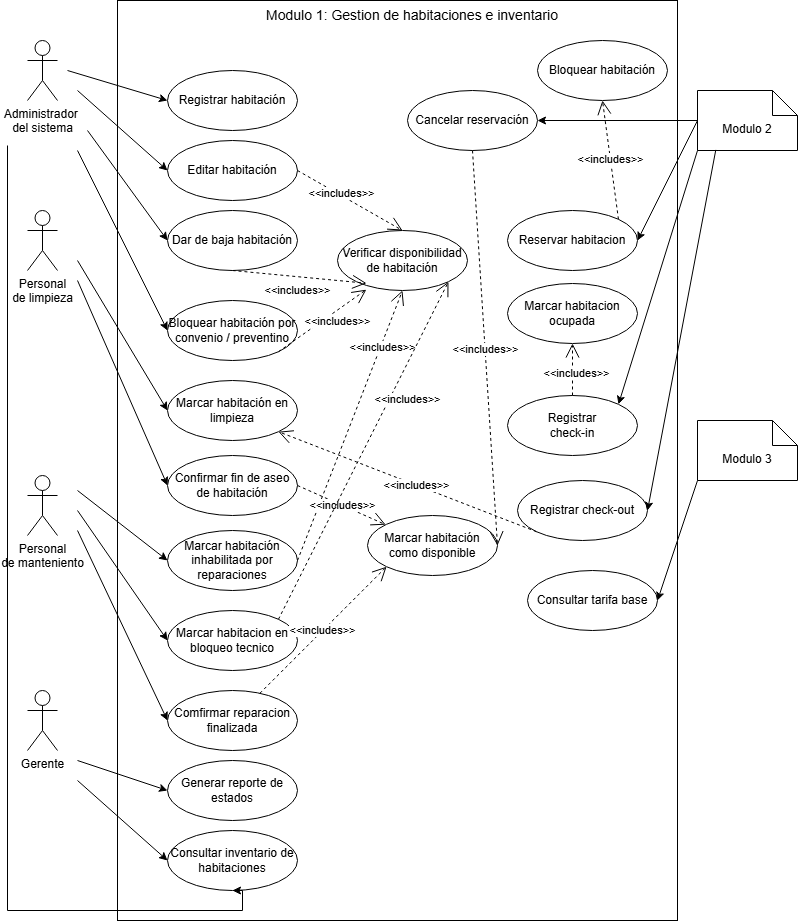
The draw.io diagram documentos/cdu-modulo-1.png in MirianMarriaga/hospitua-module-1, before a commit. Source tidied: cells renumbered, new cells last; positions are measured from the earlier drawing's top-left corner, leaving out a move shared by most shapes.
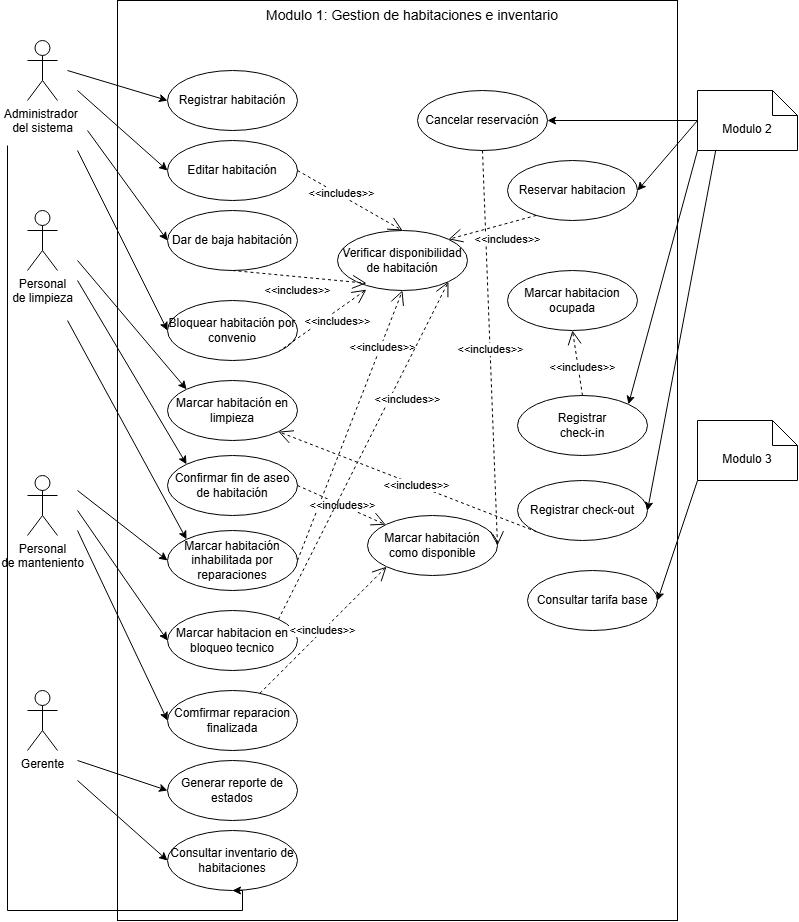
After the change.

Diff of the diagram source:
```diff
@@ -50,7 +50,7 @@
     <mxCell id="15" value="Marcar habitación en limpieza" style="ellipse;whiteSpace=wrap;html=1;" parent="1" vertex="1">
       <mxGeometry x="230" y="380" width="130" height="60" as="geometry" />
     </mxCell>
-    <mxCell id="16" style="endArrow=classic;html=1;rounded=0;endFill=1;entryX=0;entryY=0.5;entryDx=0;entryDy=0;" parent="1" edge="1" target="15">
+    <mxCell id="16" style="endArrow=classic;html=1;rounded=0;endFill=1;entryX=0;entryY=0;entryDx=0;entryDy=0;" parent="1" edge="1" target="15">
       <mxGeometry relative="1" as="geometry">
         <mxPoint x="140" y="260" as="sourcePoint" />
       </mxGeometry>
@@ -61,7 +61,7 @@
     <mxCell id="18" value="Confirmar fin de aseo&lt;div&gt;de habitación&lt;/div&gt;" style="ellipse;whiteSpace=wrap;html=1;" parent="1" vertex="1">
       <mxGeometry x="230" y="455" width="130" height="60" as="geometry" />
     </mxCell>
-    <mxCell id="19" style="endArrow=classic;html=1;rounded=0;endFill=1;entryX=0;entryY=0.5;entryDx=0;entryDy=0;" parent="1" edge="1" target="18">
+    <mxCell id="19" style="endArrow=classic;html=1;rounded=0;endFill=1;entryX=0;entryY=0;entryDx=0;entryDy=0;" parent="1" edge="1" target="18">
       <mxGeometry relative="1" as="geometry">
         <mxPoint x="140" y="280" as="sourcePoint" />
       </mxGeometry>
@@ -75,7 +75,7 @@
       </mxGeometry>
     </mxCell>
     <mxCell id="22" value="Reservar habitacion" style="ellipse;whiteSpace=wrap;html=1;" parent="1" vertex="1">
-      <mxGeometry x="570" y="210" width="130" height="60" as="geometry" />
+      <mxGeometry x="570" y="160" width="130" height="60" as="geometry" />
     </mxCell>
     <mxCell id="23" style="endArrow=classic;html=1;rounded=0;endFill=1;entryX=1;entryY=0.5;entryDx=0;entryDy=0;exitX=0;exitY=0.5;exitDx=0;exitDy=0;exitPerimeter=0;" parent="1" edge="1" source="7" target="22">
       <mxGeometry relative="1" as="geometry" />
@@ -103,7 +103,7 @@
       </mxGeometry>
     </mxCell>
     <mxCell id="30" value="Registrar&lt;div&gt;check-in&lt;/div&gt;" style="ellipse;whiteSpace=wrap;html=1;" parent="1" vertex="1">
-      <mxGeometry x="570" y="395" width="130" height="60" as="geometry" />
+      <mxGeometry x="580" y="395" width="130" height="60" as="geometry" />
     </mxCell>
     <mxCell id="31" value="Registrar check-out" style="ellipse;whiteSpace=wrap;html=1;" parent="1" vertex="1">
       <mxGeometry x="580" y="480" width="130" height="60" as="geometry" />
@@ -138,20 +138,14 @@
     <mxCell id="39" value="Verificar disponibilidad de habitación" style="ellipse;whiteSpace=wrap;html=1;" parent="1" vertex="1">
       <mxGeometry x="400" y="230" width="130" height="60" as="geometry" />
     </mxCell>
-    <mxCell id="40" value="&amp;lt;&amp;lt;includes&amp;gt;&amp;gt;" style="endArrow=open;endSize=12;dashed=1;html=1;rounded=0;entryX=0.5;entryY=1;entryDx=0;entryDy=0;exitX=1;exitY=0;exitDx=0;exitDy=0;" parent="1" edge="1" source="22" target="43">
-      <mxGeometry relative="1" as="geometry" />
-    </mxCell>
     <mxCell id="41" value="&amp;lt;&amp;lt;includes&amp;gt;&amp;gt;" style="endArrow=open;endSize=12;dashed=1;html=1;rounded=0;entryX=0.5;entryY=0;entryDx=0;entryDy=0;exitX=1;exitY=0.5;exitDx=0;exitDy=0;" parent="1" edge="1" source="11" target="39">
-      <mxGeometry x="-0.18" y="2" relative="1" as="geometry" />
+      <mxGeometry x="-0.19" y="2" relative="1" as="geometry" />
     </mxCell>
     <mxCell id="42" value="&amp;lt;&amp;lt;includes&amp;gt;&amp;gt;" style="endArrow=open;endSize=12;dashed=1;html=1;rounded=0;exitX=1;exitY=0.5;exitDx=0;exitDy=0;entryX=0.5;entryY=1;entryDx=0;entryDy=0;" parent="1" edge="1" source="20" target="39">
       <mxGeometry x="0.57" y="-2" relative="1" as="geometry">
         <mxPoint y="-1" as="offset" />
       </mxGeometry>
     </mxCell>
-    <mxCell id="43" value="Bloquear habitación" style="ellipse;whiteSpace=wrap;html=1;" parent="1" vertex="1">
-      <mxGeometry x="600" y="40" width="130" height="60" as="geometry" />
-    </mxCell>
     <mxCell id="44" value="Marcar habitación&lt;div&gt;como disponible&lt;/div&gt;" style="ellipse;whiteSpace=wrap;html=1;" parent="1" vertex="1">
       <mxGeometry x="430" y="515" width="130" height="60" as="geometry" />
     </mxCell>
@@ -162,13 +156,13 @@
       <mxGeometry relative="1" as="geometry" />
     </mxCell>
     <mxCell id="47" value="Marcar habitacion ocupada" style="ellipse;whiteSpace=wrap;html=1;" parent="1" vertex="1">
-      <mxGeometry x="570" y="283" width="130" height="60" as="geometry" />
+      <mxGeometry x="570" y="270" width="130" height="60" as="geometry" />
     </mxCell>
     <mxCell id="48" value="&amp;lt;&amp;lt;includes&amp;gt;&amp;gt;" style="endArrow=open;endSize=12;dashed=1;html=1;rounded=0;entryX=0.5;entryY=1;entryDx=0;entryDy=0;exitX=0.5;exitY=0;exitDx=0;exitDy=0;" parent="1" edge="1" source="30" target="47">
       <mxGeometry x="-0.14" y="-4" relative="1" as="geometry" />
     </mxCell>
     <mxCell id="49" value="Cancelar reservación" style="ellipse;whiteSpace=wrap;html=1;" parent="1" vertex="1">
-      <mxGeometry x="470" y="90" width="130" height="60" as="geometry" />
+      <mxGeometry x="480" y="90" width="130" height="60" as="geometry" />
     </mxCell>
     <mxCell id="50" value="&amp;lt;&amp;lt;includes&amp;gt;&amp;gt;" style="endArrow=open;endSize=12;dashed=1;html=1;rounded=0;exitX=0.5;exitY=1;exitDx=0;exitDy=0;entryX=1;entryY=0.5;entryDx=0;entryDy=0;" parent="1" edge="1" source="49" target="44">
       <mxGeometry x="0.01" relative="1" as="geometry" />
@@ -176,7 +170,7 @@
     <mxCell id="51" style="endArrow=classic;html=1;rounded=0;endFill=1;entryX=1;entryY=0.5;entryDx=0;entryDy=0;" parent="1" edge="1" source="7" target="49">
       <mxGeometry relative="1" as="geometry" />
     </mxCell>
-    <mxCell id="52" value="Bloquear habitación por convenio / preventino" style="ellipse;whiteSpace=wrap;html=1;" parent="1" vertex="1">
+    <mxCell id="52" value="Bloquear habitación por convenio" style="ellipse;whiteSpace=wrap;html=1;" parent="1" vertex="1">
       <mxGeometry x="230" y="300" width="130" height="60" as="geometry" />
     </mxCell>
     <mxCell id="53" style="endArrow=classic;html=1;rounded=0;endFill=1;entryX=0;entryY=0.5;entryDx=0;entryDy=0;" parent="1" edge="1" target="52">
@@ -205,5 +199,13 @@
     <mxCell id="57" value="&amp;lt;&amp;lt;includes&amp;gt;&amp;gt;" style="endArrow=open;endSize=12;dashed=1;html=1;rounded=0;entryX=0.222;entryY=0.986;entryDx=0;entryDy=0;exitX=1;exitY=1;exitDx=0;exitDy=0;entryPerimeter=0;" parent="1" edge="1" source="52" target="39">
       <mxGeometry x="0.23" y="-9" relative="1" as="geometry" />
     </mxCell>
+    <mxCell id="58" style="endArrow=classic;html=1;rounded=0;endFill=1;entryX=0;entryY=0;entryDx=0;entryDy=0;" parent="1" edge="1" target="20">
+      <mxGeometry relative="1" as="geometry">
+        <mxPoint x="130" y="320" as="sourcePoint" />
+      </mxGeometry>
+    </mxCell>
+    <mxCell id="40" value="&amp;lt;&amp;lt;includes&amp;gt;&amp;gt;" style="endArrow=open;endSize=12;dashed=1;html=1;rounded=0;entryX=1;entryY=0;entryDx=0;entryDy=0;exitX=0.222;exitY=0.915;exitDx=0;exitDy=0;exitPerimeter=0;" parent="1" edge="1" source="22" target="39">
+      <mxGeometry x="-0.25" y="16" relative="1" as="geometry" />
+    </mxCell>
   </root>
 </mxGraphModel>
```
